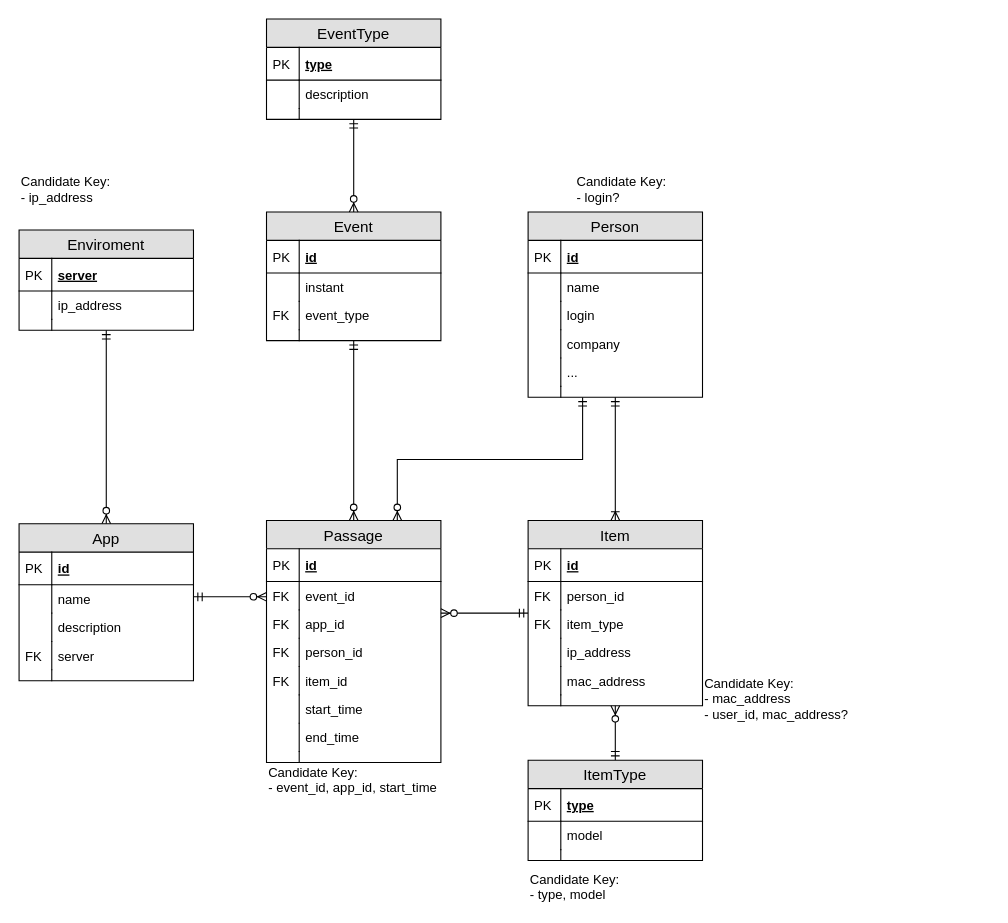
This is page "ER Extended" (2 of 2) of documentation/models/db_model.drawio from apm1005/TFG, a draw.io file, before an edit. Source tidied: cells renumbered, new cells numbered last; positions are measured from the earlier drawing's top-left corner, leaving out a move shared by most shapes. Both pictures are drawn from the tidied source at 109%, with x=0, y=0 at pixel (19, 19).
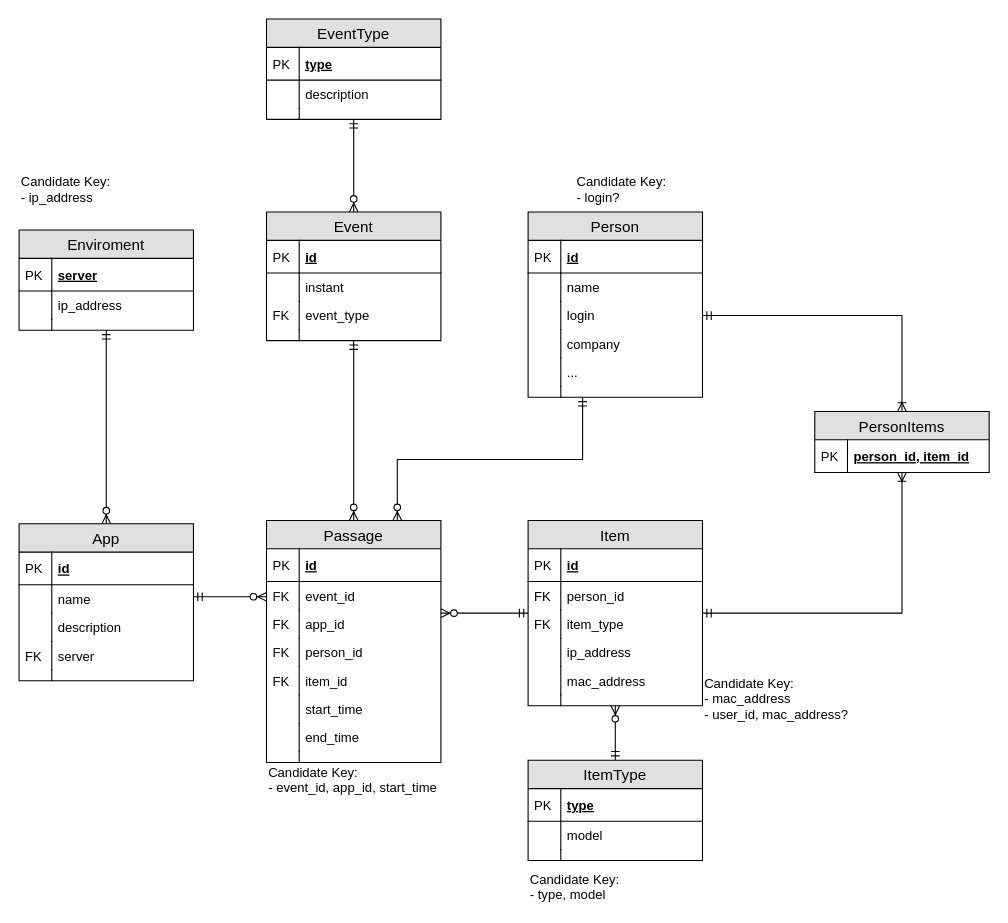
The same page after the edit.

Unchanged cells that the change refers to:
```xml
<mxCell id="51" value="Person" style="swimlane;fontStyle=0;horizontal=1;startSize=26;fillColor=#e0e0e0;swimlaneFillColor=#ffffff;align=center;fontSize=14;" parent="1" vertex="1">
  <mxGeometry x="467" y="177" width="160" height="170" as="geometry" />
</mxCell>
<mxCell id="56" value="login" style="shape=partialRectangle;top=0;left=0;right=0;bottom=0;align=left;verticalAlign=top;fillColor=none;spacingLeft=34;spacingRight=4;overflow=hidden;points=[[0,0.5],[1,0.5]];portConstraint=eastwest;fontSize=12;" parent="51" vertex="1">
  <mxGeometry y="82" width="160" height="26" as="geometry" />
</mxCell>
<mxCell id="66" value="Item" style="swimlane;fontStyle=0;horizontal=1;startSize=26;fillColor=#e0e0e0;swimlaneFillColor=#ffffff;align=center;fontSize=14;" parent="1" vertex="1">
  <mxGeometry x="467" y="460" width="160" height="170" as="geometry" />
</mxCell>
```

What changed in the source:
```diff
@@
-    <mxCell id="64" style="edgeStyle=orthogonalEdgeStyle;rounded=0;jettySize=auto;html=1;exitX=0.5;exitY=0;exitDx=0;exitDy=0;startArrow=ERoneToMany;startFill=0;endArrow=ERmandOne;endFill=0;" parent="1" edge="1" source="66" target="51">
-      <mxGeometry relative="1" as="geometry" />
-    </mxCell>
@@
+    <mxCell id="99" style="edgeStyle=orthogonalEdgeStyle;rounded=0;jettySize=auto;html=1;startArrow=ERmandOne;startFill=0;endArrow=ERoneToMany;endFill=0;" parent="1" edge="1" source="66" target="100">
+      <mxGeometry relative="1" as="geometry" />
+    </mxCell>
@@
+    <mxCell id="100" value="PersonItems" style="swimlane;fontStyle=0;horizontal=1;startSize=26;fillColor=#e0e0e0;swimlaneFillColor=#ffffff;align=center;fontSize=14;" parent="1" vertex="1">
+      <mxGeometry x="730" y="360" width="160" height="56" as="geometry" />
+    </mxCell>
+    <mxCell id="101" value="person_id, item_id" style="shape=partialRectangle;top=0;left=0;right=0;bottom=1;align=left;verticalAlign=middle;fillColor=none;spacingLeft=34;spacingRight=4;overflow=hidden;fontStyle=5;fontSize=12;" parent="100" vertex="1">
+      <mxGeometry y="26" width="160" height="30" as="geometry" />
+    </mxCell>
+    <mxCell id="102" value="PK" style="shape=partialRectangle;top=0;left=0;bottom=0;fillColor=none;align=left;verticalAlign=middle;spacingLeft=4;spacingRight=4;overflow=hidden;fontSize=12;" parent="101" vertex="1">
+      <mxGeometry width="30" height="30" as="geometry" />
+    </mxCell>
+    <mxCell id="103" style="edgeStyle=orthogonalEdgeStyle;rounded=0;jettySize=auto;html=1;exitX=1;exitY=0.5;exitDx=0;exitDy=0;startArrow=ERmandOne;startFill=0;endArrow=ERoneToMany;endFill=0;" parent="1" edge="1" source="56" target="100">
+      <mxGeometry relative="1" as="geometry" />
+    </mxCell>
```
